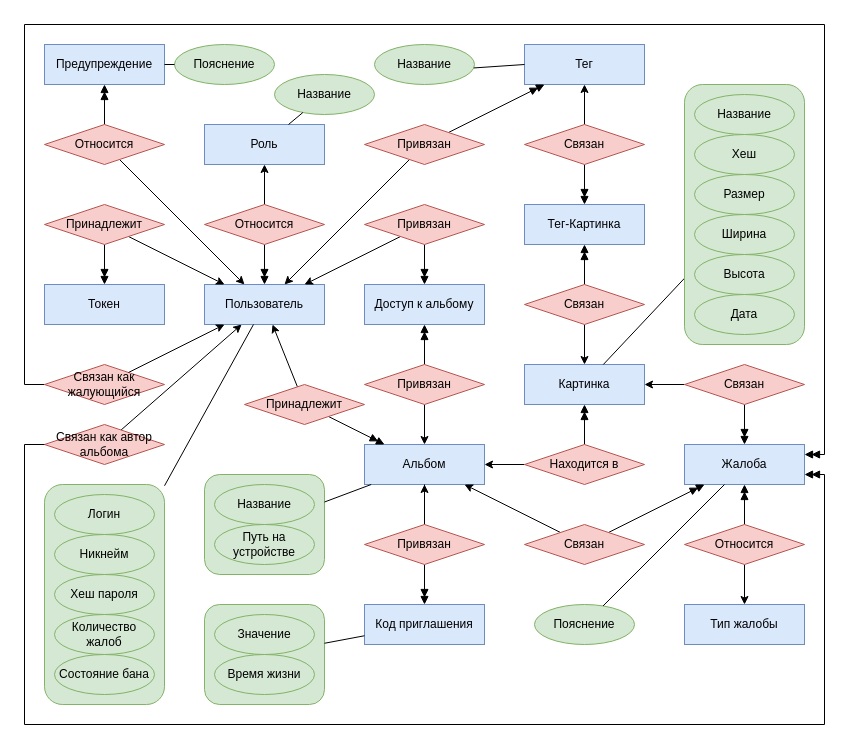
Before: page "Концепт" (1 of 4) of docs/Модели БД.drawio in savayaqu/course-project-4, a draw.io diagram. Source tidied: cells renumbered, new cells numbered last; positions are measured from the earlier drawing's top-left corner, leaving out a move shared by most shapes. Both pictures are drawn from the tidied source at 100%, with x=0, y=0 at pixel (24, 24).
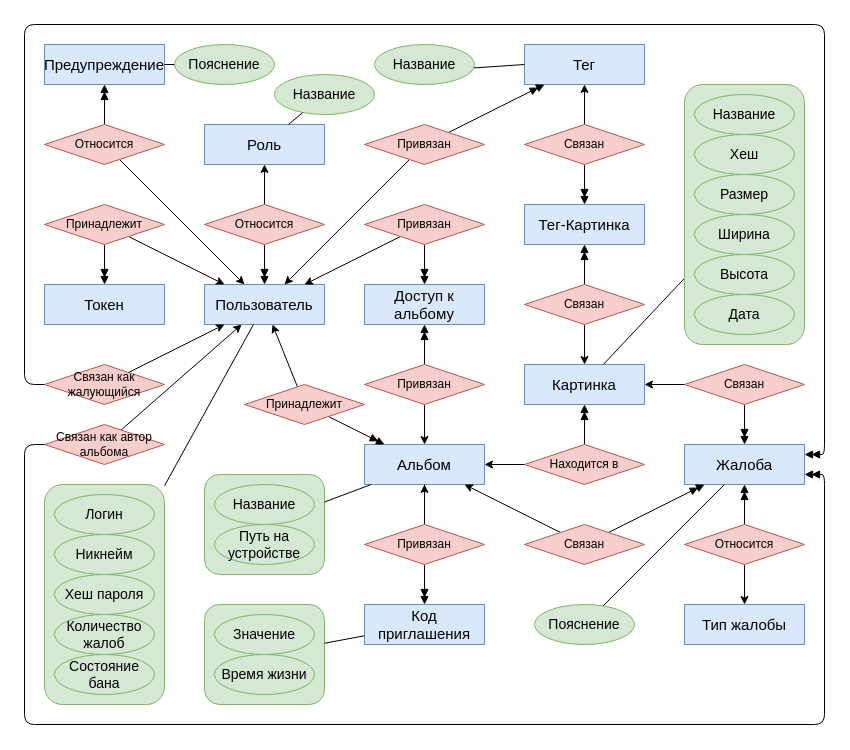
The same page after the edit.

The change refers to these unchanged cells:
```xml
<mxCell id="48" style="group;" parent="1" vertex="1">
  <mxGeometry x="180" y="580" width="120" height="100" as="geometry" />
</mxCell>
<mxCell id="76" style="group;" parent="1" vertex="1">
  <mxGeometry x="660" y="60" width="120" height="260" as="geometry" />
</mxCell>
<mxCell id="94" value="Связан как жалующийся" style="rhombus;whiteSpace=wrap;html=1;fillColor=#f8cecc;strokeColor=#b85450;" parent="1" vertex="1">
  <mxGeometry x="20" y="340" width="120" height="40" as="geometry" />
</mxCell>
```

Diff of the diagram source:
```diff
@@
-    <mxCell id="2" value="Роль" style="rounded=0;whiteSpace=wrap;html=1;fillColor=#dae8fc;strokeColor=#6c8ebf;" parent="1" vertex="1">
+    <mxCell id="2" value="Роль" style="rounded=0;whiteSpace=wrap;html=1;fillColor=#dae8fc;strokeColor=#6c8ebf;fontSize=15;" parent="1" vertex="1">
       <mxGeometry x="180" y="100" width="120" height="40" as="geometry" />
     </mxCell>
@@
-    <mxCell id="4" value="Пользователь" style="rounded=0;whiteSpace=wrap;html=1;fillColor=#dae8fc;strokeColor=#6c8ebf;" parent="1" vertex="1">
+    <mxCell id="4" value="Пользователь" style="rounded=0;whiteSpace=wrap;html=1;fillColor=#dae8fc;strokeColor=#6c8ebf;fontSize=15;" parent="1" vertex="1">
       <mxGeometry x="180" y="260" width="120" height="40" as="geometry" />
     </mxCell>
@@
-    <mxCell id="9" value="Альбом" style="rounded=0;whiteSpace=wrap;html=1;fillColor=#dae8fc;strokeColor=#6c8ebf;" parent="1" vertex="1">
+    <mxCell id="9" value="Альбом" style="rounded=0;whiteSpace=wrap;html=1;fillColor=#dae8fc;strokeColor=#6c8ebf;fontSize=15;" parent="1" vertex="1">
       <mxGeometry x="340" y="420" width="120" height="40" as="geometry" />
     </mxCell>
@@
-    <mxCell id="13" value="Картинка" style="rounded=0;whiteSpace=wrap;html=1;fillColor=#dae8fc;strokeColor=#6c8ebf;" parent="1" vertex="1">
+    <mxCell id="13" value="Картинка" style="rounded=0;whiteSpace=wrap;html=1;fillColor=#dae8fc;strokeColor=#6c8ebf;fontSize=15;" parent="1" vertex="1">
       <mxGeometry x="500" y="340" width="120" height="40" as="geometry" />
     </mxCell>
@@
-    <mxCell id="20" value="Токен" style="rounded=0;whiteSpace=wrap;html=1;fillColor=#dae8fc;strokeColor=#6c8ebf;" parent="1" vertex="1">
+    <mxCell id="20" value="Токен" style="rounded=0;whiteSpace=wrap;html=1;fillColor=#dae8fc;strokeColor=#6c8ebf;fontSize=15;" parent="1" vertex="1">
       <mxGeometry x="20" y="260" width="120" height="40" as="geometry" />
     </mxCell>
@@
-    <mxCell id="22" value="Тег-Картинка" style="rounded=0;whiteSpace=wrap;html=1;fillColor=#dae8fc;strokeColor=#6c8ebf;" parent="1" vertex="1">
+    <mxCell id="22" value="Тег-Картинка" style="rounded=0;whiteSpace=wrap;html=1;fillColor=#dae8fc;strokeColor=#6c8ebf;fontSize=15;" parent="1" vertex="1">
       <mxGeometry x="500" y="180" width="120" height="40" as="geometry" />
     </mxCell>
-    <mxCell id="23" style="group;" parent="1" vertex="1">
+    <mxCell id="23" style="group;fontSize=14;" parent="1" vertex="1">
       <mxGeometry x="180" y="450" width="120" height="100" as="geometry" />
     </mxCell>
@@
-    <mxCell id="25" value="Название" style="ellipse;whiteSpace=wrap;html=1;fillColor=#d5e8d4;strokeColor=#82b366;" parent="23" vertex="1">
+    <mxCell id="25" value="Название" style="ellipse;whiteSpace=wrap;html=1;fillColor=#d5e8d4;strokeColor=#82b366;fontSize=14;" parent="23" vertex="1">
       <mxGeometry x="10" y="10" width="100" height="40" as="geometry" />
     </mxCell>
-    <mxCell id="26" value="Путь на устройстве" style="ellipse;whiteSpace=wrap;html=1;fillColor=#d5e8d4;strokeColor=#82b366;" parent="23" vertex="1">
+    <mxCell id="26" value="Путь на устройстве" style="ellipse;whiteSpace=wrap;html=1;fillColor=#d5e8d4;strokeColor=#82b366;fontSize=14;" parent="23" vertex="1">
       <mxGeometry x="10" y="50" width="100" height="40" as="geometry" />
     </mxCell>
@@
-    <mxCell id="30" value="Тег" style="rounded=0;whiteSpace=wrap;html=1;fillColor=#dae8fc;strokeColor=#6c8ebf;" parent="1" vertex="1">
+    <mxCell id="30" value="Тег" style="rounded=0;whiteSpace=wrap;html=1;fillColor=#dae8fc;strokeColor=#6c8ebf;fontSize=15;" parent="1" vertex="1">
       <mxGeometry x="500" y="20" width="120" height="40" as="geometry" />
     </mxCell>
@@
-    <mxCell id="38" value="Название" style="ellipse;whiteSpace=wrap;html=1;fillColor=#d5e8d4;strokeColor=#82b366;" parent="1" vertex="1">
+    <mxCell id="38" value="Название" style="ellipse;whiteSpace=wrap;html=1;fillColor=#d5e8d4;strokeColor=#82b366;fontSize=14;" parent="1" vertex="1">
       <mxGeometry x="350" y="20" width="100" height="40" as="geometry" />
     </mxCell>
@@
-    <mxCell id="40" value="Доступ к альбому" style="rounded=0;whiteSpace=wrap;html=1;fillColor=#dae8fc;strokeColor=#6c8ebf;" parent="1" vertex="1">
+    <mxCell id="40" value="Доступ к альбому" style="rounded=0;whiteSpace=wrap;html=1;fillColor=#dae8fc;strokeColor=#6c8ebf;fontSize=15;" parent="1" vertex="1">
       <mxGeometry x="340" y="260" width="120" height="40" as="geometry" />
     </mxCell>
@@
-    <mxCell id="47" value="Код приглашения" style="rounded=0;whiteSpace=wrap;html=1;fillColor=#dae8fc;strokeColor=#6c8ebf;" parent="1" vertex="1">
+    <mxCell id="47" value="Код приглашения" style="rounded=0;whiteSpace=wrap;html=1;fillColor=#dae8fc;strokeColor=#6c8ebf;fontSize=15;" parent="1" vertex="1">
       <mxGeometry x="340" y="580" width="120" height="40" as="geometry" />
     </mxCell>
@@
-    <mxCell id="50" value="Значение" style="ellipse;whiteSpace=wrap;html=1;fillColor=#d5e8d4;strokeColor=#82b366;" parent="48" vertex="1">
+    <mxCell id="50" value="Значение" style="ellipse;whiteSpace=wrap;html=1;fillColor=#d5e8d4;strokeColor=#82b366;fontSize=14;" parent="48" vertex="1">
       <mxGeometry x="10" y="10" width="100" height="40" as="geometry" />
     </mxCell>
-    <mxCell id="51" value="Время жизни" style="ellipse;whiteSpace=wrap;html=1;fillColor=#d5e8d4;strokeColor=#82b366;" parent="48" vertex="1">
+    <mxCell id="51" value="Время жизни" style="ellipse;whiteSpace=wrap;html=1;fillColor=#d5e8d4;strokeColor=#82b366;fontSize=14;" parent="48" vertex="1">
       <mxGeometry x="10" y="50" width="100" height="40" as="geometry" />
     </mxCell>
@@
-    <mxCell id="55" value="Жалоба" style="rounded=0;whiteSpace=wrap;html=1;fillColor=#dae8fc;strokeColor=#6c8ebf;" parent="1" vertex="1">
+    <mxCell id="55" value="Жалоба" style="rounded=0;whiteSpace=wrap;html=1;fillColor=#dae8fc;strokeColor=#6c8ebf;fontSize=15;" parent="1" vertex="1">
       <mxGeometry x="660" y="420" width="120" height="40" as="geometry" />
     </mxCell>
-    <mxCell id="56" value="Тип жалобы" style="rounded=0;whiteSpace=wrap;html=1;fillColor=#dae8fc;strokeColor=#6c8ebf;" parent="1" vertex="1">
+    <mxCell id="56" value="Тип жалобы" style="rounded=0;whiteSpace=wrap;html=1;fillColor=#dae8fc;strokeColor=#6c8ebf;fontSize=15;" parent="1" vertex="1">
       <mxGeometry x="660" y="580" width="120" height="40" as="geometry" />
     </mxCell>
@@
-    <mxCell id="66" value="Пояснение" style="ellipse;whiteSpace=wrap;html=1;fillColor=#d5e8d4;strokeColor=#82b366;" parent="1" vertex="1">
+    <mxCell id="66" value="Пояснение" style="ellipse;whiteSpace=wrap;html=1;fillColor=#d5e8d4;strokeColor=#82b366;fontSize=14;" parent="1" vertex="1">
       <mxGeometry x="510" y="580" width="100" height="40" as="geometry" />
     </mxCell>
@@
-    <mxCell id="68" style="group;" parent="1" vertex="1">
+    <mxCell id="68" style="group;fontSize=12;verticalAlign=top;fillColor=none;strokeColor=none;" parent="1" vertex="1">
       <mxGeometry x="20" y="460" width="120" height="220" as="geometry" />
     </mxCell>
@@
-    <mxCell id="70" value="Логин" style="ellipse;whiteSpace=wrap;html=1;fillColor=#d5e8d4;strokeColor=#82b366;" parent="68" vertex="1">
+    <mxCell id="70" value="Логин" style="ellipse;whiteSpace=wrap;html=1;fillColor=#d5e8d4;strokeColor=#82b366;fontSize=14;" parent="68" vertex="1">
       <mxGeometry x="10" y="10" width="100" height="40" as="geometry" />
     </mxCell>
-    <mxCell id="71" value="Никнейм" style="ellipse;whiteSpace=wrap;html=1;fillColor=#d5e8d4;strokeColor=#82b366;" parent="68" vertex="1">
+    <mxCell id="71" value="Никнейм" style="ellipse;whiteSpace=wrap;html=1;fillColor=#d5e8d4;strokeColor=#82b366;fontSize=14;" parent="68" vertex="1">
       <mxGeometry x="10" y="50" width="100" height="40" as="geometry" />
     </mxCell>
-    <mxCell id="72" value="Хеш пароля" style="ellipse;whiteSpace=wrap;html=1;fillColor=#d5e8d4;strokeColor=#82b366;" parent="68" vertex="1">
+    <mxCell id="72" value="Хеш пароля" style="ellipse;whiteSpace=wrap;html=1;fillColor=#d5e8d4;strokeColor=#82b366;fontSize=14;" parent="68" vertex="1">
       <mxGeometry x="10" y="90" width="100" height="40" as="geometry" />
     </mxCell>
-    <mxCell id="73" value="Количество жалоб" style="ellipse;whiteSpace=wrap;html=1;fillColor=#d5e8d4;strokeColor=#82b366;" parent="68" vertex="1">
+    <mxCell id="73" value="Количество жалоб" style="ellipse;whiteSpace=wrap;html=1;fillColor=#d5e8d4;strokeColor=#82b366;fontSize=14;" parent="68" vertex="1">
       <mxGeometry x="10" y="130" width="100" height="40" as="geometry" />
     </mxCell>
-    <mxCell id="74" value="Состояние бана" style="ellipse;whiteSpace=wrap;html=1;fillColor=#d5e8d4;strokeColor=#82b366;" parent="68" vertex="1">
+    <mxCell id="74" value="Состояние бана" style="ellipse;whiteSpace=wrap;html=1;fillColor=#d5e8d4;strokeColor=#82b366;fontSize=14;" parent="68" vertex="1">
       <mxGeometry x="10" y="170" width="100" height="40" as="geometry" />
     </mxCell>
@@
-    <mxCell id="78" value="Хеш" style="ellipse;whiteSpace=wrap;html=1;fillColor=#d5e8d4;strokeColor=#82b366;" parent="76" vertex="1">
+    <mxCell id="78" value="Хеш" style="ellipse;whiteSpace=wrap;html=1;fillColor=#d5e8d4;strokeColor=#82b366;fontSize=14;" parent="76" vertex="1">
       <mxGeometry x="10" y="50" width="100" height="40" as="geometry" />
     </mxCell>
-    <mxCell id="79" value="Размер" style="ellipse;whiteSpace=wrap;html=1;fillColor=#d5e8d4;strokeColor=#82b366;" parent="76" vertex="1">
+    <mxCell id="79" value="Размер" style="ellipse;whiteSpace=wrap;html=1;fillColor=#d5e8d4;strokeColor=#82b366;fontSize=14;" parent="76" vertex="1">
       <mxGeometry x="10" y="90" width="100" height="40" as="geometry" />
     </mxCell>
-    <mxCell id="80" value="Ширина" style="ellipse;whiteSpace=wrap;html=1;fillColor=#d5e8d4;strokeColor=#82b366;" parent="76" vertex="1">
+    <mxCell id="80" value="Ширина" style="ellipse;whiteSpace=wrap;html=1;fillColor=#d5e8d4;strokeColor=#82b366;fontSize=14;" parent="76" vertex="1">
       <mxGeometry x="10" y="130" width="100" height="40" as="geometry" />
     </mxCell>
-    <mxCell id="81" value="Высота" style="ellipse;whiteSpace=wrap;html=1;fillColor=#d5e8d4;strokeColor=#82b366;" parent="76" vertex="1">
+    <mxCell id="81" value="Высота" style="ellipse;whiteSpace=wrap;html=1;fillColor=#d5e8d4;strokeColor=#82b366;fontSize=14;" parent="76" vertex="1">
       <mxGeometry x="10" y="170" width="100" height="40" as="geometry" />
     </mxCell>
-    <mxCell id="82" value="Дата" style="ellipse;whiteSpace=wrap;html=1;fillColor=#d5e8d4;strokeColor=#82b366;" parent="76" vertex="1">
+    <mxCell id="82" value="Дата" style="ellipse;whiteSpace=wrap;html=1;fillColor=#d5e8d4;strokeColor=#82b366;fontSize=14;" parent="76" vertex="1">
       <mxGeometry x="10" y="210" width="100" height="40" as="geometry" />
     </mxCell>
-    <mxCell id="83" value="Название" style="ellipse;whiteSpace=wrap;html=1;fillColor=#d5e8d4;strokeColor=#82b366;" parent="76" vertex="1">
+    <mxCell id="83" value="Название" style="ellipse;whiteSpace=wrap;html=1;fillColor=#d5e8d4;strokeColor=#82b366;fontSize=14;" parent="76" vertex="1">
       <mxGeometry x="10" y="10" width="100" height="40" as="geometry" />
     </mxCell>
-    <mxCell id="84" value="Предупреждение" style="rounded=0;whiteSpace=wrap;html=1;fillColor=#dae8fc;strokeColor=#6c8ebf;" parent="1" vertex="1">
+    <mxCell id="84" value="Предупреждение" style="rounded=0;whiteSpace=wrap;html=1;fillColor=#dae8fc;strokeColor=#6c8ebf;fontSize=15;" parent="1" vertex="1">
       <mxGeometry x="20" y="20" width="120" height="40" as="geometry" />
     </mxCell>
@@
-    <mxCell id="91" value="Пояснение" style="ellipse;whiteSpace=wrap;html=1;fillColor=#d5e8d4;strokeColor=#82b366;" parent="1" vertex="1">
+    <mxCell id="91" value="Пояснение" style="ellipse;whiteSpace=wrap;html=1;fillColor=#d5e8d4;strokeColor=#82b366;fontSize=14;" parent="1" vertex="1">
       <mxGeometry x="150" y="20" width="100" height="40" as="geometry" />
     </mxCell>
@@
-    <mxCell id="93" style="edgeStyle=orthogonalEdgeStyle;rounded=0;jettySize=auto;html=1;endArrow=doubleBlock;endFill=1;" parent="1" edge="1" source="94" target="55">
+    <mxCell id="93" style="edgeStyle=orthogonalEdgeStyle;rounded=1;jettySize=auto;html=1;endArrow=doubleBlock;endFill=1;" parent="1" edge="1" source="94" target="55">
       <mxGeometry relative="1" as="geometry">
         <Array as="points">
           <mxPoint y="360" />
           <mxPoint />
           <mxPoint x="800" />
           <mxPoint x="800" y="430" />
         </Array>
       </mxGeometry>
     </mxCell>
@@
-    <mxCell id="97" style="edgeStyle=orthogonalEdgeStyle;rounded=0;jettySize=auto;html=1;endArrow=doubleBlock;endFill=1;" parent="1" edge="1" target="55">
+    <mxCell id="97" style="edgeStyle=orthogonalEdgeStyle;rounded=1;jettySize=auto;html=1;endArrow=doubleBlock;endFill=1;" parent="1" edge="1" target="55">
       <mxGeometry relative="1" as="geometry">
         <mxPoint x="20" y="420" as="sourcePoint" />
         <Array as="points">
           <mxPoint y="420" />
           <mxPoint y="700" />
           <mxPoint x="800" y="700" />
           <mxPoint x="800" y="450" />
         </Array>
       </mxGeometry>
     </mxCell>
-    <mxCell id="98" value="Название" style="ellipse;whiteSpace=wrap;html=1;fillColor=#d5e8d4;strokeColor=#82b366;" parent="1" vertex="1">
+    <mxCell id="98" value="Название" style="ellipse;whiteSpace=wrap;html=1;fillColor=#d5e8d4;strokeColor=#82b366;fontSize=14;" parent="1" vertex="1">
       <mxGeometry x="250" y="50" width="100" height="40" as="geometry" />
     </mxCell>
```
